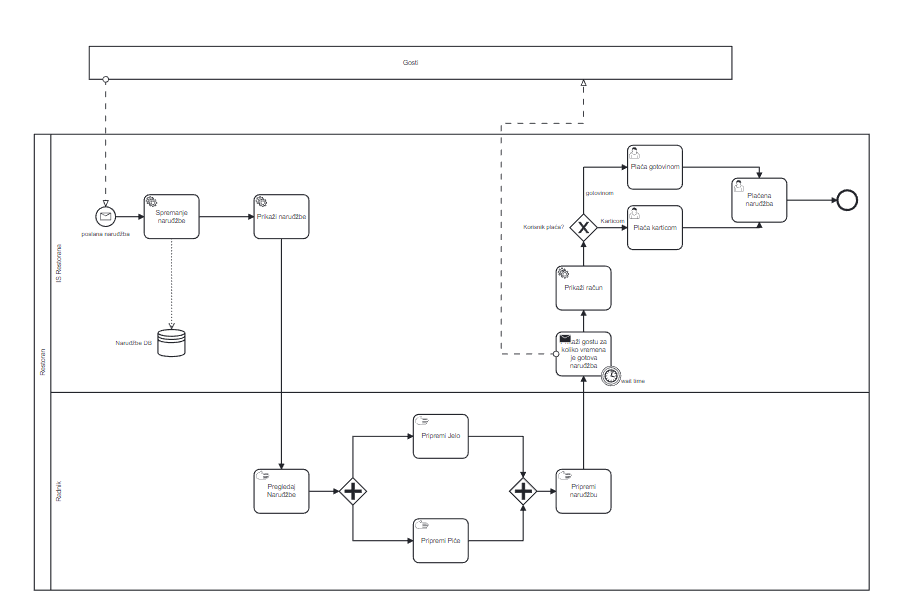
Above: high-level-model.png in Cabraja8/ProjektUPP (BPMN), before the change. Its source is kept beside it as high-level-model.bpmn. Ids are renumbered.
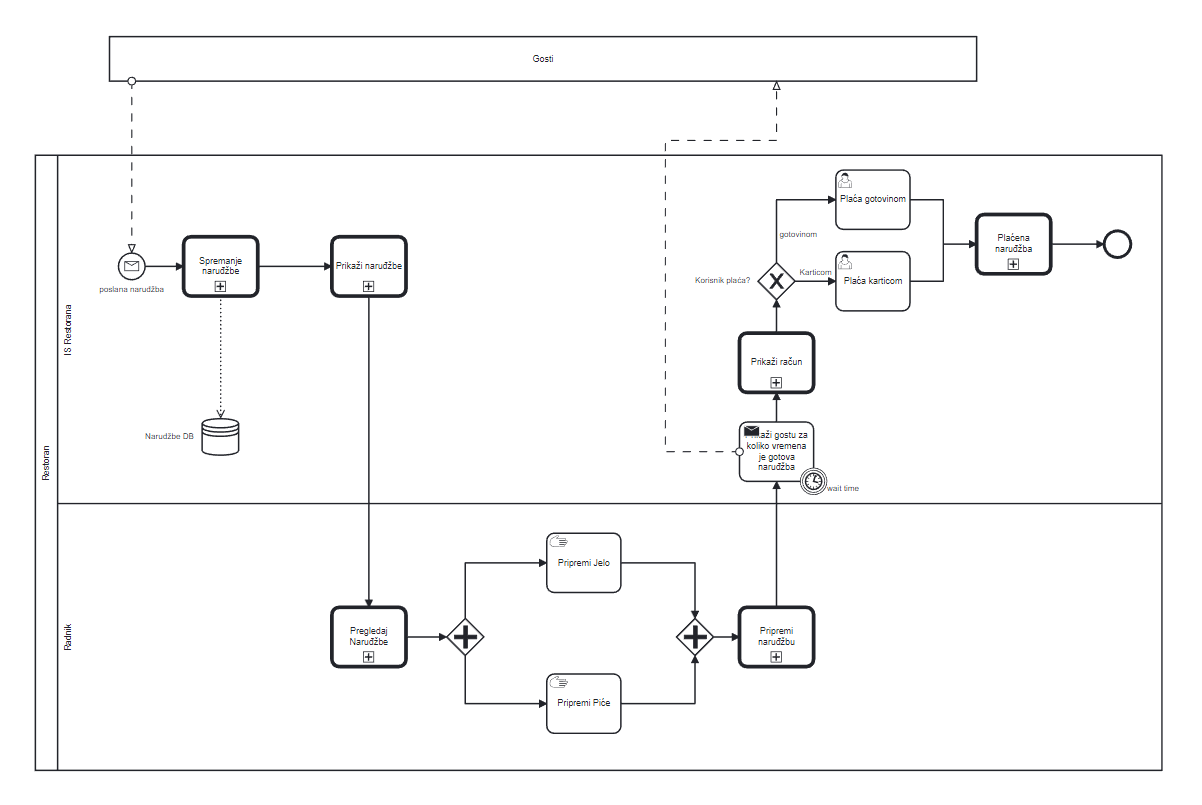
The same file after the commit.

Commit message:
promijenjen call activity

What changed in the source:
```diff
@@ -9,23 +9,23 @@
     <bpmn:laneSet id="LaneSet_n9">
       <bpmn:lane id="Lane_n10" name="IS Restorana">
         <bpmn:flowNodeRef>StartEvent_1</bpmn:flowNodeRef>
-        <bpmn:flowNodeRef>Activity_n11</bpmn:flowNodeRef>
-        <bpmn:flowNodeRef>Activity_n12</bpmn:flowNodeRef>
         <bpmn:flowNodeRef>Activity_n8</bpmn:flowNodeRef>
-        <bpmn:flowNodeRef>Activity_n13</bpmn:flowNodeRef>
         <bpmn:flowNodeRef>Gateway_n14</bpmn:flowNodeRef>
         <bpmn:flowNodeRef>Activity_n15</bpmn:flowNodeRef>
         <bpmn:flowNodeRef>Activity_n16</bpmn:flowNodeRef>
-        <bpmn:flowNodeRef>Event_n17</bpmn:flowNodeRef>
         <bpmn:flowNodeRef>Event_n18</bpmn:flowNodeRef>
         <bpmn:flowNodeRef>Activity_n19</bpmn:flowNodeRef>
+        <bpmn:flowNodeRef>Event_n17</bpmn:flowNodeRef>
+        <bpmn:flowNodeRef>Activity_n12</bpmn:flowNodeRef>
+        <bpmn:flowNodeRef>Activity_n11</bpmn:flowNodeRef>
+        <bpmn:flowNodeRef>Activity_n13</bpmn:flowNodeRef>
       </bpmn:lane>
       <bpmn:lane id="Lane_n20" name="Radnik">
-        <bpmn:flowNodeRef>Activity_n21</bpmn:flowNodeRef>
         <bpmn:flowNodeRef>Gateway_n22</bpmn:flowNodeRef>
         <bpmn:flowNodeRef>Activity_n23</bpmn:flowNodeRef>
         <bpmn:flowNodeRef>Activity_n24</bpmn:flowNodeRef>
         <bpmn:flowNodeRef>Gateway_n25</bpmn:flowNodeRef>
+        <bpmn:flowNodeRef>Activity_n21</bpmn:flowNodeRef>
         <bpmn:flowNodeRef>Activity_n26</bpmn:flowNodeRef>
       </bpmn:lane>
     </bpmn:laneSet>
@@ -33,22 +33,7 @@
       <bpmn:outgoing>Flow_n27</bpmn:outgoing>
       <bpmn:messageEventDefinition id="MessageEventDefinition_n28" messageRef="Message_n29" />
     </bpmn:startEvent>
-    <bpmn:serviceTask id="Activity_n11" name="Spremanje naruđžbe" camunda:type="external" camunda:topic="spremanje">
-      <bpmn:incoming>Flow_n27</bpmn:incoming>
-      <bpmn:outgoing>Flow_n30</bpmn:outgoing>
-      <bpmn:dataOutputAssociation id="DataOutputAssociation_n31">
-        <bpmn:targetRef>DataStoreReference_n32</bpmn:targetRef>
-      </bpmn:dataOutputAssociation>
-    </bpmn:serviceTask>
     <bpmn:dataStoreReference id="DataStoreReference_n32" name="Naruđžbe DB" />
-    <bpmn:serviceTask id="Activity_n12" name="Prikaži naruđžbe" camunda:type="external" camunda:topic="narudzbe">
-      <bpmn:incoming>Flow_n30</bpmn:incoming>
-      <bpmn:outgoing>Flow_n33</bpmn:outgoing>
-    </bpmn:serviceTask>
-    <bpmn:manualTask id="Activity_n21" name="Pregledaj Naruđžbe">
-      <bpmn:incoming>Flow_n33</bpmn:incoming>
-      <bpmn:outgoing>Flow_n34</bpmn:outgoing>
-    </bpmn:manualTask>
     <bpmn:parallelGateway id="Gateway_n22">
       <bpmn:incoming>Flow_n34</bpmn:incoming>
       <bpmn:outgoing>Flow_n35</bpmn:outgoing>
@@ -67,18 +52,10 @@
       <bpmn:incoming>Flow_n38</bpmn:incoming>
       <bpmn:outgoing>Flow_n39</bpmn:outgoing>
     </bpmn:parallelGateway>
-    <bpmn:manualTask id="Activity_n26" name="Pripremi naruđžbu">
-      <bpmn:incoming>Flow_n39</bpmn:incoming>
-      <bpmn:outgoing>Flow_n40</bpmn:outgoing>
-    </bpmn:manualTask>
     <bpmn:sendTask id="Activity_n8" name="Prikaži gostu za koliko vremena je gotova naruđžba" camunda:type="external" camunda:topic="prikazi">
       <bpmn:incoming>Flow_n40</bpmn:incoming>
       <bpmn:outgoing>Flow_n41</bpmn:outgoing>
     </bpmn:sendTask>
-    <bpmn:serviceTask id="Activity_n13" name="Prikaži račun" camunda:type="external" camunda:topic="racun">
-      <bpmn:incoming>Flow_n41</bpmn:incoming>
-      <bpmn:outgoing>Flow_n42</bpmn:outgoing>
-    </bpmn:serviceTask>
     <bpmn:exclusiveGateway id="Gateway_n14" name="Korisnik plaća?">
       <bpmn:incoming>Flow_n42</bpmn:incoming>
       <bpmn:outgoing>Flow_n43</bpmn:outgoing>
@@ -92,9 +69,6 @@
       <bpmn:incoming>Flow_n44</bpmn:incoming>
       <bpmn:outgoing>Flow_n46</bpmn:outgoing>
     </bpmn:userTask>
-    <bpmn:endEvent id="Event_n17">
-      <bpmn:incoming>Flow_n47</bpmn:incoming>
-    </bpmn:endEvent>
     <bpmn:boundaryEvent id="Event_n18" name="wait time" attachedToRef="Activity_n8">
       <bpmn:timerEventDefinition id="TimerEventDefinition_n48">
         <bpmn:timeDuration xsi:type="bpmn:tFormalExpression">PT15M</bpmn:timeDuration>
@@ -121,11 +95,37 @@
     <bpmn:sequenceFlow id="Flow_n45" sourceRef="Activity_n15" targetRef="Activity_n19" />
     <bpmn:sequenceFlow id="Flow_n46" sourceRef="Activity_n16" targetRef="Activity_n19" />
     <bpmn:sequenceFlow id="Flow_n47" sourceRef="Activity_n19" targetRef="Event_n17" />
-    <bpmn:userTask id="Activity_n19" name="Plaćena naruđžba">
+    <bpmn:callActivity id="Activity_n21" name="Pregledaj Naruđžbe" calledElement="low-level-model">
+      <bpmn:incoming>Flow_n33</bpmn:incoming>
+      <bpmn:outgoing>Flow_n34</bpmn:outgoing>
+    </bpmn:callActivity>
+    <bpmn:callActivity id="Activity_n19" name="Plaćena naruđžba" calledElement="low-level-model">
+      <bpmn:incoming>Flow_n45</bpmn:incoming>
       <bpmn:incoming>Flow_n46</bpmn:incoming>
-      <bpmn:incoming>Flow_n45</bpmn:incoming>
       <bpmn:outgoing>Flow_n47</bpmn:outgoing>
-    </bpmn:userTask>
+    </bpmn:callActivity>
+    <bpmn:endEvent id="Event_n17">
+      <bpmn:incoming>Flow_n47</bpmn:incoming>
+    </bpmn:endEvent>
+    <bpmn:callActivity id="Activity_n26" name="Pripremi naruđžbu">
+      <bpmn:incoming>Flow_n39</bpmn:incoming>
+      <bpmn:outgoing>Flow_n40</bpmn:outgoing>
+    </bpmn:callActivity>
+    <bpmn:callActivity id="Activity_n12" name="Prikaži naruđžbe">
+      <bpmn:incoming>Flow_n30</bpmn:incoming>
+      <bpmn:outgoing>Flow_n33</bpmn:outgoing>
+    </bpmn:callActivity>
+    <bpmn:callActivity id="Activity_n11" name="Spremanje naruđžbe">
+      <bpmn:incoming>Flow_n27</bpmn:incoming>
+      <bpmn:outgoing>Flow_n30</bpmn:outgoing>
+      <bpmn:dataOutputAssociation id="DataOutputAssociation_n31">
+        <bpmn:targetRef>DataStoreReference_n32</bpmn:targetRef>
+      </bpmn:dataOutputAssociation>
+    </bpmn:callActivity>
+    <bpmn:callActivity id="Activity_n13" name="Prikaži račun">
+      <bpmn:incoming>Flow_n41</bpmn:incoming>
+      <bpmn:outgoing>Flow_n42</bpmn:outgoing>
+    </bpmn:callActivity>
   </bpmn:process>
   <bpmn:message id="Message_n29" name="Narudzba" />
   <bpmndi:BPMNDiagram id="BPMNDiagram_1">
@@ -148,20 +148,11 @@
           <dc:Bounds x="246" y="415" width="88" height="14" />
         </bpmndi:BPMNLabel>
       </bpmndi:BPMNShape>
-      <bpmndi:BPMNShape id="Activity_0v8ujhq_di" bpmnElement="Activity_n11">
-        <dc:Bounds x="360" y="350" width="100" height="80" />
-      </bpmndi:BPMNShape>
       <bpmndi:BPMNShape id="DataStoreReference_n32_di" bpmnElement="DataStoreReference_n32">
         <dc:Bounds x="385" y="595" width="50" height="50" />
         <bpmndi:BPMNLabel>
           <dc:Bounds x="308" y="613" width="67" height="14" />
         </bpmndi:BPMNLabel>
-      </bpmndi:BPMNShape>
-      <bpmndi:BPMNShape id="Activity_05o8h4s_di" bpmnElement="Activity_n12">
-        <dc:Bounds x="560" y="350" width="100" height="80" />
-      </bpmndi:BPMNShape>
-      <bpmndi:BPMNShape id="Activity_00gaxil_di" bpmnElement="Activity_n21">
-        <dc:Bounds x="560" y="850" width="100" height="80" />
       </bpmndi:BPMNShape>
       <bpmndi:BPMNShape id="Gateway_17pzcns_di" bpmnElement="Gateway_n22">
         <dc:Bounds x="715" y="865" width="50" height="50" />
@@ -175,14 +166,8 @@
       <bpmndi:BPMNShape id="Gateway_0l9x2lk_di" bpmnElement="Gateway_n25">
         <dc:Bounds x="1025" y="865" width="50" height="50" />
       </bpmndi:BPMNShape>
-      <bpmndi:BPMNShape id="Activity_0x2fqt0_di" bpmnElement="Activity_n26">
-        <dc:Bounds x="1110" y="850" width="100" height="80" />
-      </bpmndi:BPMNShape>
       <bpmndi:BPMNShape id="Activity_0dy0mh8_di" bpmnElement="Activity_n8">
         <dc:Bounds x="1110" y="600" width="100" height="80" />
-      </bpmndi:BPMNShape>
-      <bpmndi:BPMNShape id="Activity_13jwgpu_di" bpmnElement="Activity_n13">
-        <dc:Bounds x="1110" y="480" width="100" height="80" />
       </bpmndi:BPMNShape>
       <bpmndi:BPMNShape id="Gateway_n14_di" bpmnElement="Gateway_n14" isMarkerVisible="true">
         <dc:Bounds x="1135" y="385" width="50" height="50" />
@@ -196,11 +181,26 @@
       <bpmndi:BPMNShape id="Activity_0j7et5q_di" bpmnElement="Activity_n16">
         <dc:Bounds x="1240" y="260" width="100" height="80" />
       </bpmndi:BPMNShape>
+      <bpmndi:BPMNShape id="Activity_1bqgnzs_di" bpmnElement="Activity_n21">
+        <dc:Bounds x="560" y="850" width="100" height="80" />
+      </bpmndi:BPMNShape>
+      <bpmndi:BPMNShape id="Activity_1gey5rp_di" bpmnElement="Activity_n19">
+        <dc:Bounds x="1430" y="320" width="100" height="80" />
+      </bpmndi:BPMNShape>
       <bpmndi:BPMNShape id="Event_n17_di" bpmnElement="Event_n17">
-        <dc:Bounds x="1622" y="342" width="36" height="36" />
+        <dc:Bounds x="1602" y="342" width="36" height="36" />
       </bpmndi:BPMNShape>
-      <bpmndi:BPMNShape id="Activity_1jqjmn5_di" bpmnElement="Activity_n19">
-        <dc:Bounds x="1430" y="320" width="100" height="80" />
+      <bpmndi:BPMNShape id="Activity_168edsp_di" bpmnElement="Activity_n26">
+        <dc:Bounds x="1110" y="850" width="100" height="80" />
+      </bpmndi:BPMNShape>
+      <bpmndi:BPMNShape id="Activity_06u2f8i_di" bpmnElement="Activity_n12">
+        <dc:Bounds x="560" y="350" width="100" height="80" />
+      </bpmndi:BPMNShape>
+      <bpmndi:BPMNShape id="Activity_11yo3mi_di" bpmnElement="Activity_n11">
+        <dc:Bounds x="360" y="350" width="100" height="80" />
+      </bpmndi:BPMNShape>
+      <bpmndi:BPMNShape id="Activity_1k7uf44_di" bpmnElement="Activity_n13">
+        <dc:Bounds x="1110" y="480" width="100" height="80" />
       </bpmndi:BPMNShape>
       <bpmndi:BPMNShape id="Event_13t12gb_di" bpmnElement="Event_n18">
         <dc:Bounds x="1192" y="662" width="36" height="36" />
@@ -277,17 +277,19 @@
       </bpmndi:BPMNEdge>
       <bpmndi:BPMNEdge id="Flow_n45_di" bpmnElement="Flow_n45">
         <di:waypoint x="1340" y="410" />
-        <di:waypoint x="1480" y="410" />
-        <di:waypoint x="1480" y="400" />
+        <di:waypoint x="1385" y="410" />
+        <di:waypoint x="1385" y="360" />
+        <di:waypoint x="1430" y="360" />
       </bpmndi:BPMNEdge>
       <bpmndi:BPMNEdge id="Flow_n46_di" bpmnElement="Flow_n46">
         <di:waypoint x="1340" y="300" />
-        <di:waypoint x="1480" y="300" />
-        <di:waypoint x="1480" y="320" />
+        <di:waypoint x="1385" y="300" />
+        <di:waypoint x="1385" y="360" />
+        <di:waypoint x="1430" y="360" />
       </bpmndi:BPMNEdge>
       <bpmndi:BPMNEdge id="Flow_n47_di" bpmnElement="Flow_n47">
         <di:waypoint x="1530" y="360" />
-        <di:waypoint x="1622" y="360" />
+        <di:waypoint x="1602" y="360" />
       </bpmndi:BPMNEdge>
       <bpmndi:BPMNShape id="Participant_10z12tx_di" bpmnElement="Participant_n5" isHorizontal="true">
         <dc:Bounds x="260" y="80" width="1170" height="60" />
```
